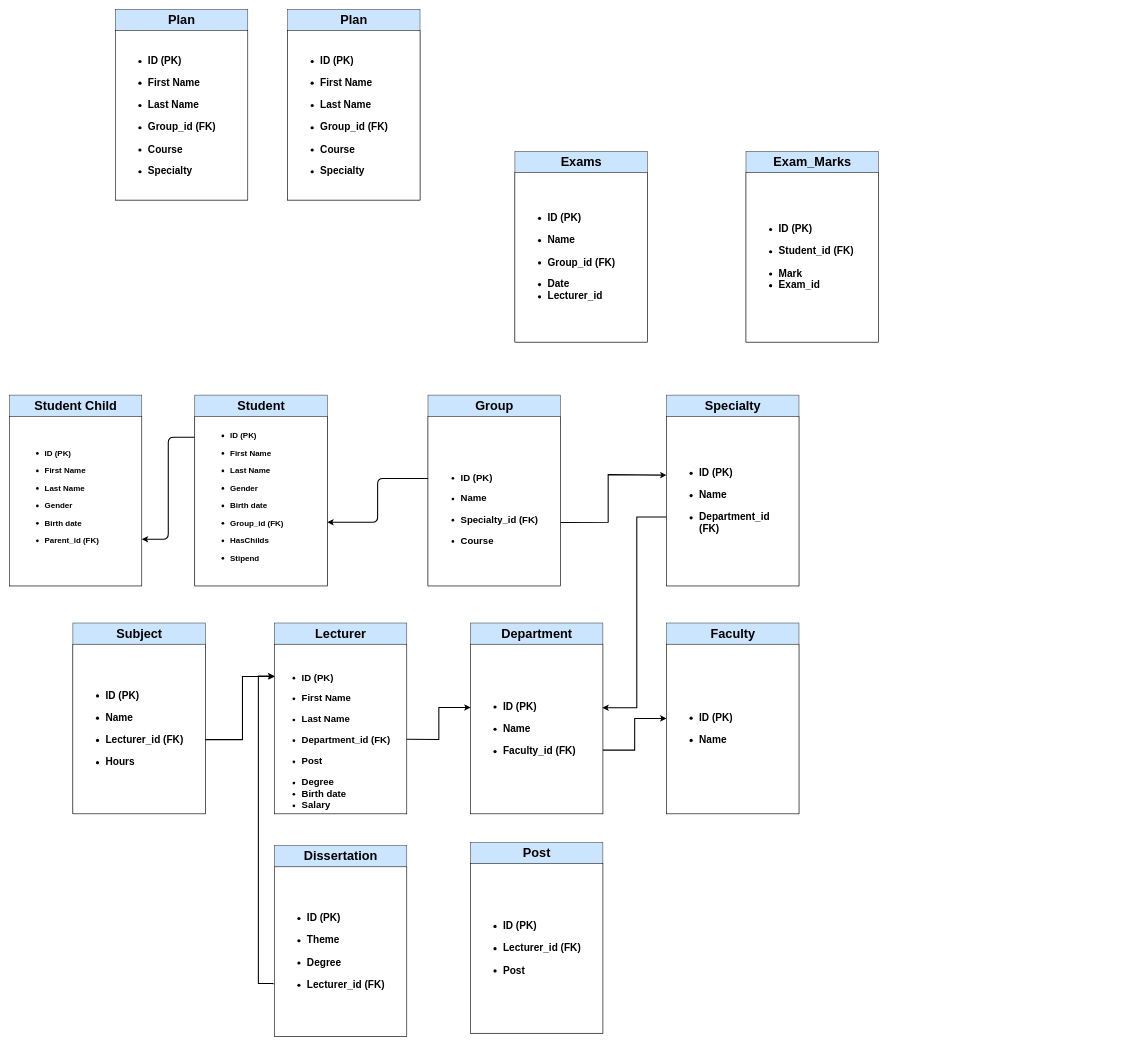
Before: BD for my project.drawio in Ind1gozzz/yii2-php, a draw.io diagram. Source tidied: cells renumbered, new cells numbered last; positions are measured from the earlier drawing's top-left corner, leaving out a move shared by most shapes. Both pictures are drawn from the tidied source at 53%, with x=0, y=0 at pixel (9, 9).
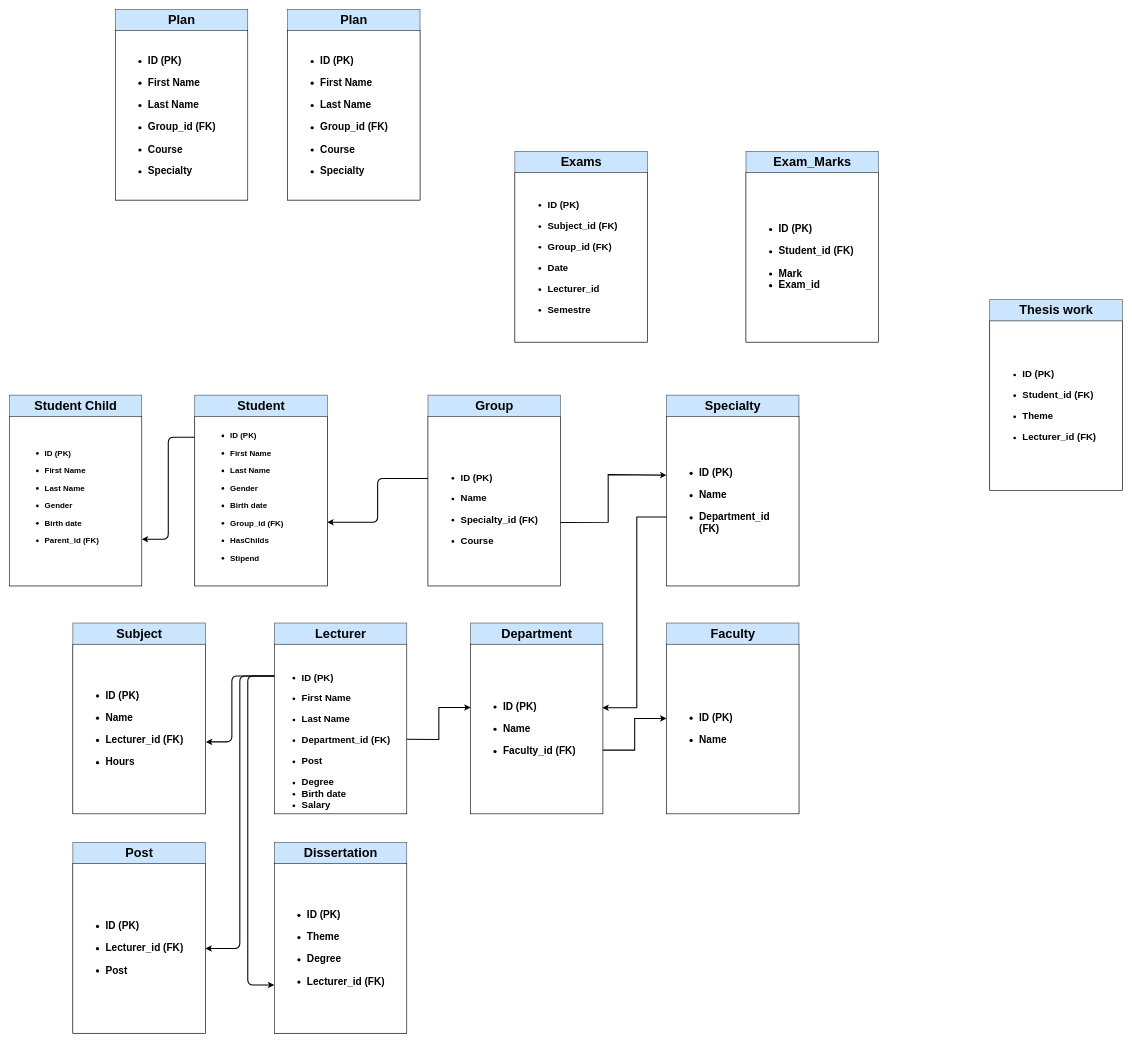
The same diagram, later.

Unchanged cells that the change refers to:
```xml
<mxCell id="12" style="rounded=0;whiteSpace=wrap;html=1;" parent="1" vertex="1">
  <mxGeometry x="500" y="1198" width="250" height="320" as="geometry" />
</mxCell>
<mxCell id="24" style="rounded=0;whiteSpace=wrap;html=1;" parent="1" vertex="1">
  <mxGeometry x="120" y="1198" width="250" height="320" as="geometry" />
</mxCell>
```

What changed in the source:
```diff
@@
-    <mxCell id="25" style="edgeStyle=orthogonalEdgeStyle;rounded=0;jettySize=auto;html=1;entryX=0.004;entryY=0.19;entryDx=0;entryDy=0;entryPerimeter=0;strokeWidth=2;" parent="1" edge="1" target="12">
-      <mxGeometry relative="1" as="geometry">
-        <mxPoint x="370" y="1378" as="sourcePoint" />
-        <Array as="points">
-          <mxPoint x="440" y="1378" />
-          <mxPoint x="440" y="1259" />
-        </Array>
-      </mxGeometry>
-    </mxCell>
@@
     <mxCell id="43" style="rounded=0;whiteSpace=wrap;html=1;fillColor=#cce5ff;strokeColor=#36393d;" parent="1" vertex="1">
-      <mxGeometry x="500" y="1578" width="250" height="360" as="geometry" />
+      <mxGeometry x="500" y="1572" width="250" height="360" as="geometry" />
     </mxCell>
     <mxCell id="44" value="Dissertation" style="text;strokeColor=none;fillColor=none;html=1;fontSize=24;fontStyle=1;verticalAlign=middle;align=center;" parent="1" vertex="1">
-      <mxGeometry x="575" y="1578" width="100" height="40" as="geometry" />
+      <mxGeometry x="575" y="1572" width="100" height="40" as="geometry" />
     </mxCell>
     <mxCell id="45" style="rounded=0;whiteSpace=wrap;html=1;" parent="1" vertex="1">
-      <mxGeometry x="500" y="1618" width="250" height="320" as="geometry" />
+      <mxGeometry x="500" y="1612" width="250" height="320" as="geometry" />
     </mxCell>
     <mxCell id="46" value="&lt;h1&gt;&lt;/h1&gt;&lt;h3&gt;&lt;/h3&gt;&lt;h5&gt;&lt;/h5&gt;&lt;h6&gt;&lt;/h6&gt;&lt;h3 style=&quot;line-height: 100% ; font-size: 13px&quot;&gt;&lt;/h3&gt;&lt;h1 style=&quot;font-size: 18px ; line-height: 90%&quot;&gt;&lt;/h1&gt;&lt;h3 style=&quot;font-size: 15px&quot;&gt;&lt;/h3&gt;&lt;h3 style=&quot;line-height: 120% ; font-size: 19px&quot;&gt;&lt;ul&gt;&lt;li&gt;ID (PK)&lt;/li&gt;&lt;/ul&gt;&lt;ul&gt;&lt;li&gt;Theme&lt;/li&gt;&lt;/ul&gt;&lt;ul&gt;&lt;li&gt;Degree&lt;/li&gt;&lt;/ul&gt;&lt;ul&gt;&lt;li&gt;Lecturer_id (FK)&lt;/li&gt;&lt;/ul&gt;&lt;/h3&gt;" style="text;strokeColor=none;fillColor=none;html=1;whiteSpace=wrap;verticalAlign=middle;overflow=hidden;" parent="1" vertex="1">
-      <mxGeometry x="520" y="1643" width="210" height="270" as="geometry" />
+      <mxGeometry x="520" y="1637" width="210" height="270" as="geometry" />
     </mxCell>
-    <mxCell id="47" style="edgeStyle=orthogonalEdgeStyle;rounded=0;jettySize=auto;html=1;strokeWidth=2;exitX=-0.009;exitY=0.693;exitDx=0;exitDy=0;exitPerimeter=0;" parent="1" edge="1" source="45">
-      <mxGeometry relative="1" as="geometry">
-        <mxPoint x="500" y="1258" as="targetPoint" />
-        <Array as="points">
-          <mxPoint x="498" y="1838" />
-          <mxPoint x="470" y="1838" />
-          <mxPoint x="470" y="1258" />
-        </Array>
-      </mxGeometry>
-    </mxCell>
@@
-    <mxCell id="51" value="&lt;h1&gt;&lt;/h1&gt;&lt;h3&gt;&lt;/h3&gt;&lt;h5&gt;&lt;/h5&gt;&lt;h6&gt;&lt;/h6&gt;&lt;h3 style=&quot;line-height: 100% ; font-size: 13px&quot;&gt;&lt;/h3&gt;&lt;h1 style=&quot;font-size: 18px ; line-height: 90%&quot;&gt;&lt;/h1&gt;&lt;h3 style=&quot;font-size: 15px&quot;&gt;&lt;/h3&gt;&lt;h3 style=&quot;line-height: 120% ; font-size: 19px&quot;&gt;&lt;ul&gt;&lt;li&gt;ID (PK)&lt;/li&gt;&lt;/ul&gt;&lt;ul&gt;&lt;li&gt;Name&lt;/li&gt;&lt;/ul&gt;&lt;ul&gt;&lt;li&gt;Group_id (FK)&lt;/li&gt;&lt;/ul&gt;&lt;ul&gt;&lt;li&gt;Date&lt;/li&gt;&lt;li&gt;Lecturer_id&lt;/li&gt;&lt;/ul&gt;&lt;/h3&gt;" style="text;strokeColor=none;fillColor=none;html=1;whiteSpace=wrap;verticalAlign=middle;overflow=hidden;" parent="1" vertex="1">
+    <mxCell id="51" value="&lt;h1&gt;&lt;/h1&gt;&lt;h3&gt;&lt;/h3&gt;&lt;h5&gt;&lt;/h5&gt;&lt;h6&gt;&lt;/h6&gt;&lt;h3 style=&quot;line-height: 100% ; font-size: 13px&quot;&gt;&lt;/h3&gt;&lt;h1 style=&quot;font-size: 18px ; line-height: 90%&quot;&gt;&lt;/h1&gt;&lt;h3 style=&quot;font-size: 15px&quot;&gt;&lt;/h3&gt;&lt;h3 style=&quot;line-height: 120% ; font-size: 19px&quot;&gt;&lt;/h3&gt;&lt;h2&gt;&lt;h2&gt;&lt;ul&gt;&lt;li&gt;ID (PK)&lt;/li&gt;&lt;/ul&gt;&lt;ul&gt;&lt;li&gt;Subject_id (FK)&lt;/li&gt;&lt;/ul&gt;&lt;ul&gt;&lt;li&gt;Group_id (FK)&lt;/li&gt;&lt;/ul&gt;&lt;ul&gt;&lt;li&gt;Date&lt;/li&gt;&lt;/ul&gt;&lt;ul&gt;&lt;li&gt;Lecturer_id&lt;/li&gt;&lt;/ul&gt;&lt;ul&gt;&lt;li&gt;Semestre&lt;/li&gt;&lt;/ul&gt;&lt;/h2&gt;&lt;/h2&gt;" style="text;strokeColor=none;fillColor=none;html=1;whiteSpace=wrap;verticalAlign=middle;overflow=hidden;" parent="1" vertex="1">
       <mxGeometry x="974" y="333" width="210" height="270" as="geometry" />
     </mxCell>
@@
     <mxCell id="62" style="rounded=0;whiteSpace=wrap;html=1;fillColor=#cce5ff;strokeColor=#36393d;" parent="1" vertex="1">
-      <mxGeometry x="870" y="1572" width="250" height="360" as="geometry" />
+      <mxGeometry x="120" y="1572" width="250" height="360" as="geometry" />
     </mxCell>
     <mxCell id="63" value="Post" style="text;strokeColor=none;fillColor=none;html=1;fontSize=24;fontStyle=1;verticalAlign=middle;align=center;" parent="1" vertex="1">
-      <mxGeometry x="945" y="1572" width="100" height="40" as="geometry" />
+      <mxGeometry x="195" y="1572" width="100" height="40" as="geometry" />
     </mxCell>
     <mxCell id="64" style="rounded=0;whiteSpace=wrap;html=1;" parent="1" vertex="1">
-      <mxGeometry x="870" y="1612" width="250" height="320" as="geometry" />
+      <mxGeometry x="120" y="1612" width="250" height="320" as="geometry" />
     </mxCell>
     <mxCell id="65" value="&lt;h1&gt;&lt;/h1&gt;&lt;h3&gt;&lt;/h3&gt;&lt;h5&gt;&lt;/h5&gt;&lt;h6&gt;&lt;/h6&gt;&lt;h3 style=&quot;line-height: 100% ; font-size: 13px&quot;&gt;&lt;/h3&gt;&lt;h1 style=&quot;font-size: 18px ; line-height: 90%&quot;&gt;&lt;/h1&gt;&lt;h3 style=&quot;font-size: 15px&quot;&gt;&lt;/h3&gt;&lt;h3 style=&quot;line-height: 120% ; font-size: 19px&quot;&gt;&lt;ul&gt;&lt;li&gt;ID (PK)&lt;/li&gt;&lt;/ul&gt;&lt;ul&gt;&lt;li&gt;Lecturer_id (FK)&lt;/li&gt;&lt;/ul&gt;&lt;ul&gt;&lt;li&gt;Post&lt;/li&gt;&lt;/ul&gt;&lt;/h3&gt;" style="text;strokeColor=none;fillColor=none;html=1;whiteSpace=wrap;verticalAlign=middle;overflow=hidden;" parent="1" vertex="1">
-      <mxGeometry x="890" y="1637" width="210" height="270" as="geometry" />
+      <mxGeometry x="140" y="1637" width="210" height="270" as="geometry" />
     </mxCell>
+    <mxCell id="66" style="edgeStyle=elbowEdgeStyle;elbow=horizontal;endArrow=classic;html=1;strokeWidth=2;exitX=-0.001;exitY=0.123;exitDx=0;exitDy=0;exitPerimeter=0;entryX=1;entryY=0.5;entryDx=0;entryDy=0;" parent="1" edge="1" target="64">
+      <mxGeometry relative="1" as="geometry">
+        <mxPoint x="500" y="1258" as="sourcePoint" />
+      </mxGeometry>
+    </mxCell>
+    <mxCell id="67" style="edgeStyle=elbowEdgeStyle;elbow=horizontal;endArrow=classic;html=1;strokeWidth=2;exitX=-0.001;exitY=0.123;exitDx=0;exitDy=0;exitPerimeter=0;entryX=1.004;entryY=0.576;entryDx=0;entryDy=0;entryPerimeter=0;" parent="1" edge="1" target="24">
+      <mxGeometry relative="1" as="geometry">
+        <mxPoint x="500" y="1258" as="sourcePoint" />
+        <Array as="points">
+          <mxPoint x="420" y="1318" />
+          <mxPoint x="430" y="1358" />
+        </Array>
+      </mxGeometry>
+    </mxCell>
+    <mxCell id="68" style="edgeStyle=elbowEdgeStyle;elbow=horizontal;endArrow=classic;html=1;strokeWidth=2;exitX=-0.001;exitY=0.123;exitDx=0;exitDy=0;exitPerimeter=0;" parent="1" edge="1">
+      <mxGeometry relative="1" as="geometry">
+        <mxPoint x="500" y="1258" as="sourcePoint" />
+        <mxPoint x="500" y="1840.9" as="targetPoint" />
+        <Array as="points">
+          <mxPoint x="450" y="1518" />
+        </Array>
+      </mxGeometry>
+    </mxCell>
+    <mxCell id="69" style="rounded=0;whiteSpace=wrap;html=1;fillColor=#cce5ff;strokeColor=#36393d;" parent="1" vertex="1">
+      <mxGeometry x="1850" y="548" width="250" height="360" as="geometry" />
+    </mxCell>
+    <mxCell id="70" value="Thesis work" style="text;strokeColor=none;fillColor=none;html=1;fontSize=24;fontStyle=1;verticalAlign=middle;align=center;" parent="1" vertex="1">
+      <mxGeometry x="1925" y="548" width="100" height="40" as="geometry" />
+    </mxCell>
+    <mxCell id="71" style="rounded=0;whiteSpace=wrap;html=1;" parent="1" vertex="1">
+      <mxGeometry x="1850" y="588" width="250" height="320" as="geometry" />
+    </mxCell>
+    <mxCell id="72" value="&lt;h1&gt;&lt;/h1&gt;&lt;h3&gt;&lt;/h3&gt;&lt;h5&gt;&lt;/h5&gt;&lt;h6&gt;&lt;/h6&gt;&lt;h3 style=&quot;line-height: 100% ; font-size: 13px&quot;&gt;&lt;/h3&gt;&lt;h1 style=&quot;font-size: 18px ; line-height: 90%&quot;&gt;&lt;/h1&gt;&lt;h3 style=&quot;font-size: 15px&quot;&gt;&lt;/h3&gt;&lt;h3 style=&quot;line-height: 120% ; font-size: 19px&quot;&gt;&lt;/h3&gt;&lt;h2&gt;&lt;/h2&gt;&lt;h2&gt;&lt;ul&gt;&lt;li&gt;ID (PK)&lt;/li&gt;&lt;/ul&gt;&lt;ul&gt;&lt;li&gt;Student_id (FK)&lt;/li&gt;&lt;/ul&gt;&lt;ul&gt;&lt;li&gt;Theme&lt;/li&gt;&lt;/ul&gt;&lt;ul&gt;&lt;li&gt;Lecturer_id (FK)&lt;/li&gt;&lt;/ul&gt;&lt;/h2&gt;" style="text;strokeColor=none;fillColor=none;html=1;whiteSpace=wrap;verticalAlign=middle;overflow=hidden;" parent="1" vertex="1">
+      <mxGeometry x="1870" y="613" width="210" height="270" as="geometry" />
+    </mxCell>
```
